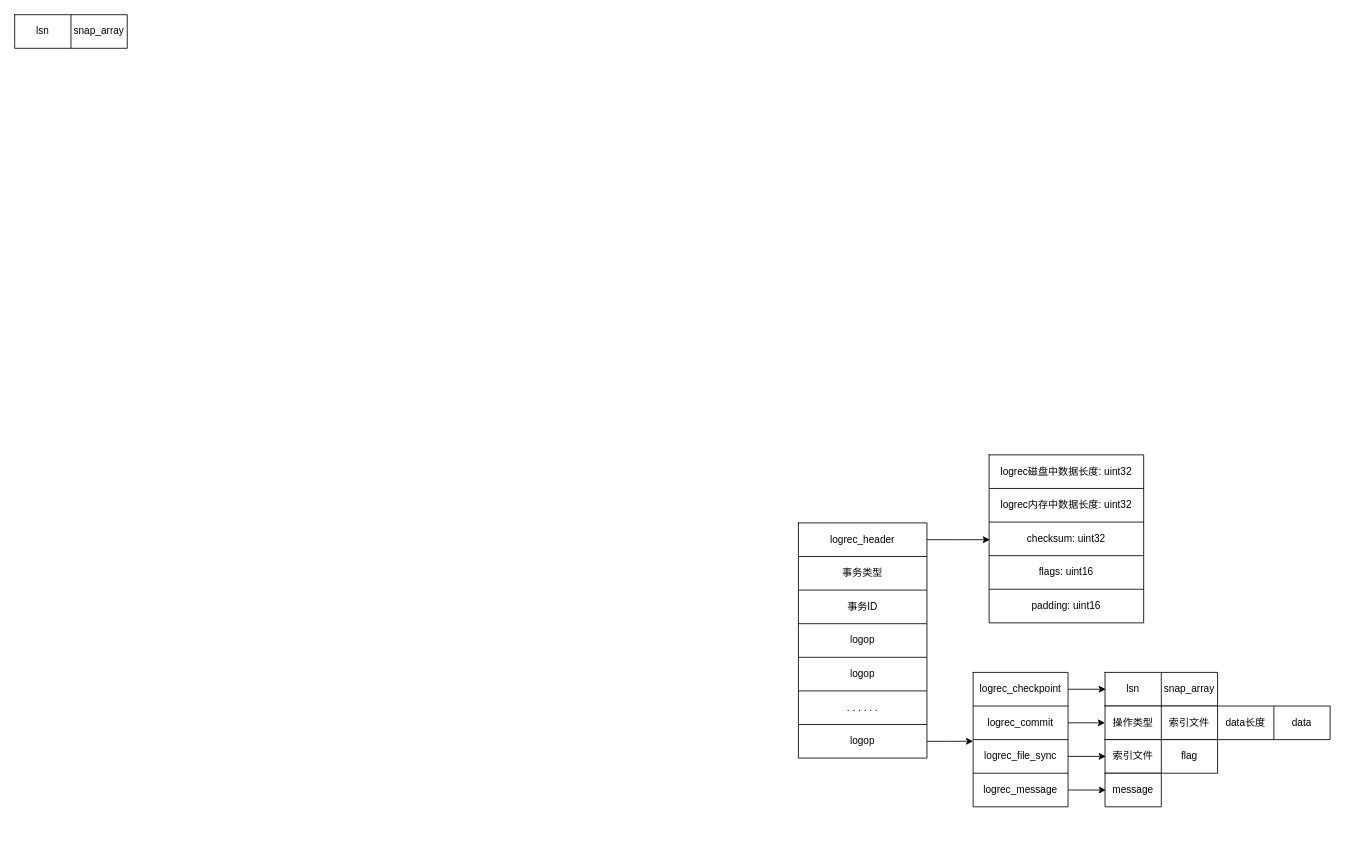
TimerIzaya/TimerBlogPic keeps this draw.io diagram as Wiredtiger_LogRec.drawio. Above is the earlier version. Source tidied: cells renumbered, new cells numbered last; positions are measured from the earlier drawing's top-left corner, leaving out a move shared by most shapes. Both pictures are drawn from the tidied source at 84%, with x=0, y=0 at pixel (14, 14).
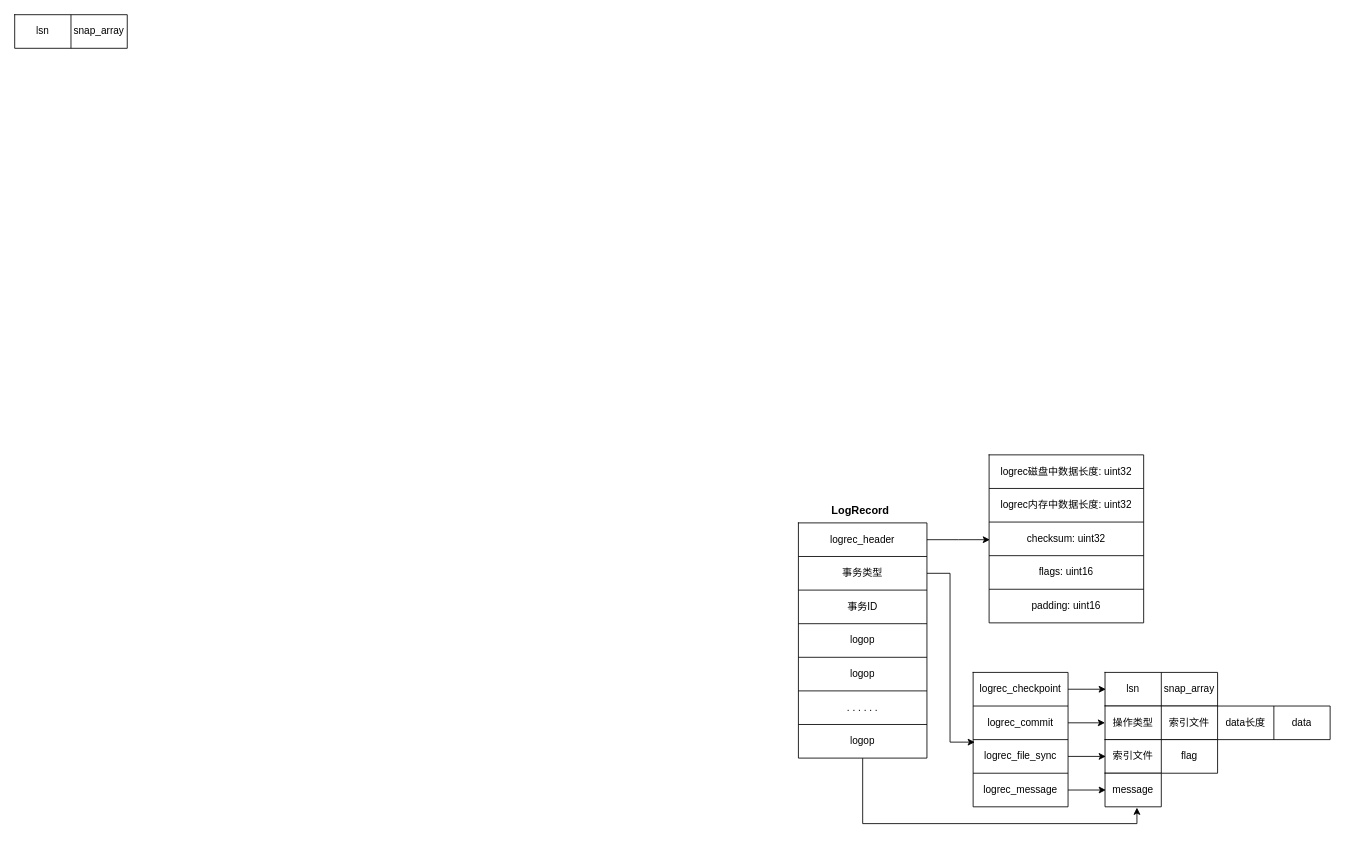
Above is the later version.

Unchanged cells that the change refers to:
```xml
<mxCell id="2" style="shape=table;html=1;whiteSpace=wrap;startSize=0;childLayout=tableLayout;" parent="1" vertex="1">
  <mxGeometry x="933" y="605" width="153" height="280" as="geometry" />
</mxCell>
<mxCell id="5" style="shape=tableRow;horizontal=0;startSize=0;swimlaneHead=0;swimlaneBody=0;top=0;left=0;bottom=0;right=0;fillColor=none;points=[[0,0.5],[1,0.5]];portConstraint=eastwest;" parent="2" vertex="1">
  <mxGeometry y="40" width="153" height="40" as="geometry" />
</mxCell>
<mxCell id="15" style="shape=tableRow;horizontal=0;startSize=0;swimlaneHead=0;swimlaneBody=0;top=0;left=0;bottom=0;right=0;fillColor=none;points=[[0,0.5],[1,0.5]];portConstraint=eastwest;" parent="2" vertex="1">
  <mxGeometry y="240" width="153" height="40" as="geometry" />
</mxCell>
<mxCell id="33" style="shape=tableRow;horizontal=0;startSize=0;swimlaneHead=0;swimlaneBody=0;top=0;left=0;bottom=0;right=0;fillColor=none;points=[[0,0.5],[1,0.5]];portConstraint=eastwest;" parent="30" vertex="1">
  <mxGeometry y="40" width="113" height="40" as="geometry" />
</mxCell>
<mxCell id="62" style="shape=tableRow;horizontal=0;startSize=0;swimlaneHead=0;swimlaneBody=0;top=0;left=0;bottom=0;right=0;fillColor=none;points=[[0,0.5],[1,0.5]];portConstraint=eastwest;" parent="61" vertex="1">
  <mxGeometry width="67" height="40" as="geometry" />
</mxCell>
```

Change to the diagram source:
```diff
@@
+    <mxCell id="64" style="edgeStyle=orthogonalEdgeStyle;rounded=0;jettySize=auto;html=1;entryX=0.567;entryY=1.025;entryDx=0;entryDy=0;entryPerimeter=0;fontSize=13;" parent="1" edge="1" source="2" target="62">
+      <mxGeometry relative="1" as="geometry" />
+    </mxCell>
@@
-    <mxCell id="29" style="edgeStyle=orthogonalEdgeStyle;rounded=0;jettySize=auto;html=1;" parent="1" edge="1" source="15">
-      <mxGeometry relative="1" as="geometry">
-        <mxPoint x="1141" y="865" as="targetPoint" />
-      </mxGeometry>
-    </mxCell>
@@
+    <mxCell id="65" value="&lt;b&gt;&lt;font style=&quot;font-size: 13px;&quot;&gt;LogRecord&lt;/font&gt;&lt;/b&gt;" style="text;html=1;strokeColor=none;fillColor=none;align=center;verticalAlign=middle;whiteSpace=wrap;rounded=0;" parent="1" vertex="1">
+      <mxGeometry x="977" y="575" width="60" height="30" as="geometry" />
+    </mxCell>
+    <mxCell id="66" style="edgeStyle=orthogonalEdgeStyle;rounded=0;jettySize=auto;html=1;entryX=0.018;entryY=1.075;entryDx=0;entryDy=0;entryPerimeter=0;fontSize=13;" parent="1" edge="1" source="5" target="33">
+      <mxGeometry relative="1" as="geometry" />
+    </mxCell>
```
